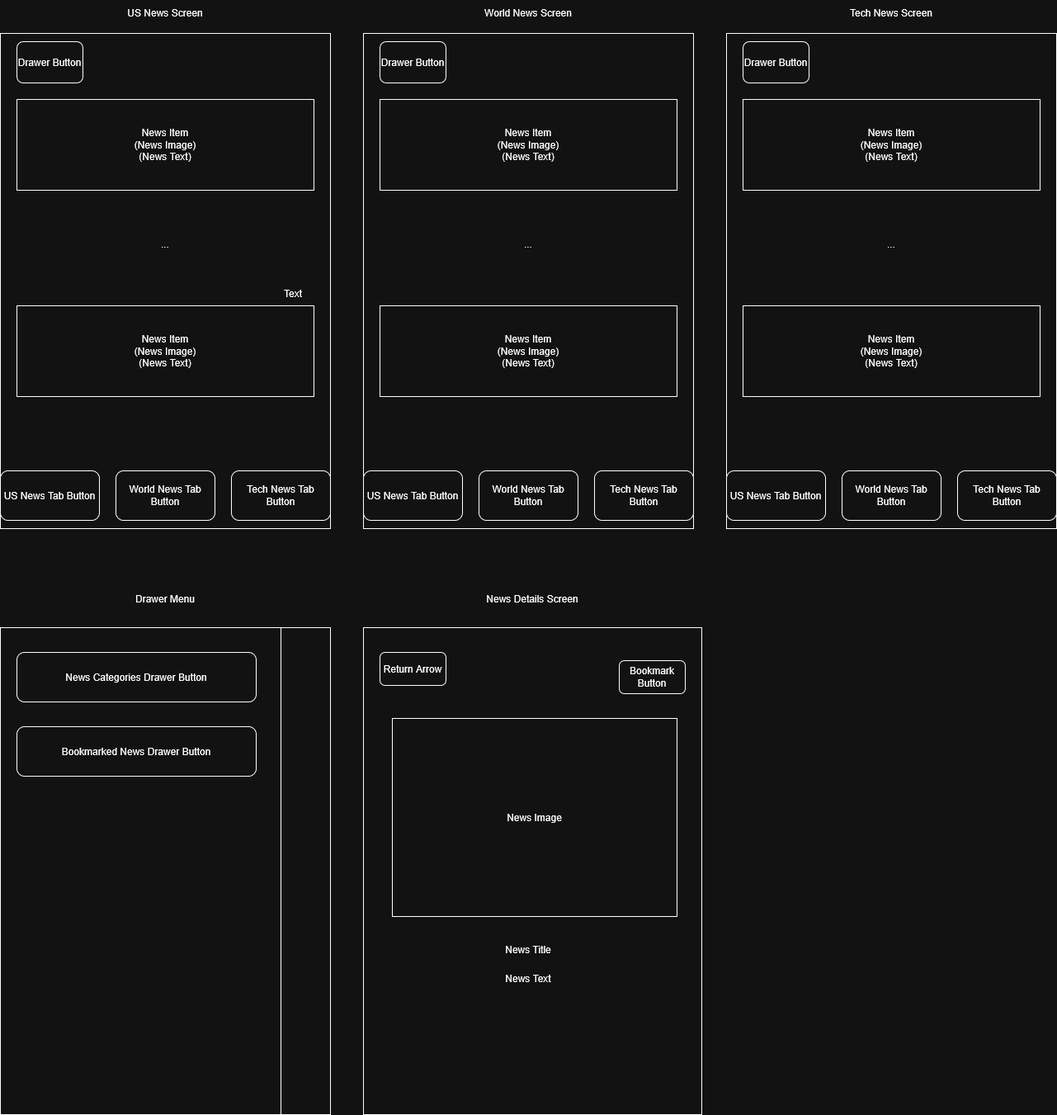
This is Week10/News-App/docs/News-App-Mockup.png from tsrushing-alt/CSCI-343, a draw.io export, as it was before one commit. Source tidied: cells renumbered, new cells last; positions are measured from the earlier drawing's top-left corner, leaving out a move shared by most shapes. Source of this version:
```xml
<mxGraphModel>
  <root>
    <mxCell id="0" />
    <mxCell id="1" parent="0" />
    <mxCell id="2" style="rounded=0;whiteSpace=wrap;html=1;" parent="1" vertex="1">
      <mxGeometry y="40" width="400" height="600" as="geometry" />
    </mxCell>
    <mxCell id="3" value="US News Screen" style="text;html=1;whiteSpace=wrap;strokeColor=none;fillColor=none;align=center;verticalAlign=middle;rounded=0;" parent="1" vertex="1">
      <mxGeometry x="140" width="120" height="30" as="geometry" />
    </mxCell>
    <mxCell id="4" value="US News Tab Button" style="rounded=1;whiteSpace=wrap;html=1;" parent="1" vertex="1">
      <mxGeometry y="570" width="120" height="60" as="geometry" />
    </mxCell>
    <mxCell id="5" value="&lt;div&gt;News Item&lt;/div&gt;&lt;div&gt;(News Image)&lt;br&gt;(News Text)&lt;/div&gt;" style="rounded=0;whiteSpace=wrap;html=1;" parent="1" vertex="1">
      <mxGeometry x="20" y="120" width="360" height="110" as="geometry" />
    </mxCell>
    <mxCell id="6" value="..." style="text;html=1;whiteSpace=wrap;strokeColor=none;fillColor=none;align=center;verticalAlign=middle;rounded=0;" parent="1" vertex="1">
      <mxGeometry x="170" y="280" width="60" height="30" as="geometry" />
    </mxCell>
    <mxCell id="7" value="&lt;div&gt;News Item&lt;/div&gt;&lt;div&gt;(News Image)&lt;br&gt;(News Text)&lt;/div&gt;" style="rounded=0;whiteSpace=wrap;html=1;" parent="1" vertex="1">
      <mxGeometry x="20" y="370" width="360" height="110" as="geometry" />
    </mxCell>
    <mxCell id="8" value="World News Tab Button" style="rounded=1;whiteSpace=wrap;html=1;" parent="1" vertex="1">
      <mxGeometry x="140" y="570" width="120" height="60" as="geometry" />
    </mxCell>
    <mxCell id="9" value="Tech News Tab Button" style="rounded=1;whiteSpace=wrap;html=1;" parent="1" vertex="1">
      <mxGeometry x="280" y="570" width="120" height="60" as="geometry" />
    </mxCell>
    <mxCell id="10" value="Text" style="text;html=1;whiteSpace=wrap;strokeColor=none;fillColor=none;align=center;verticalAlign=middle;rounded=0;" parent="1" vertex="1">
      <mxGeometry x="280" y="340" width="150" height="30" as="geometry" />
    </mxCell>
    <mxCell id="11" value="Drawer Button" style="rounded=1;whiteSpace=wrap;html=1;" parent="1" vertex="1">
      <mxGeometry x="20" y="50" width="80" height="50" as="geometry" />
    </mxCell>
    <mxCell id="12" style="rounded=0;whiteSpace=wrap;html=1;" parent="1" vertex="1">
      <mxGeometry x="440" y="40" width="400" height="600" as="geometry" />
    </mxCell>
    <mxCell id="13" value="World News Screen" style="text;html=1;whiteSpace=wrap;strokeColor=none;fillColor=none;align=center;verticalAlign=middle;rounded=0;" parent="1" vertex="1">
      <mxGeometry x="580" width="120" height="30" as="geometry" />
    </mxCell>
    <mxCell id="14" value="US News Tab Button" style="rounded=1;whiteSpace=wrap;html=1;" parent="1" vertex="1">
      <mxGeometry x="440" y="570" width="120" height="60" as="geometry" />
    </mxCell>
    <mxCell id="15" value="&lt;div&gt;News Item&lt;/div&gt;&lt;div&gt;(News Image)&lt;br&gt;(News Text)&lt;/div&gt;" style="rounded=0;whiteSpace=wrap;html=1;" parent="1" vertex="1">
      <mxGeometry x="460" y="120" width="360" height="110" as="geometry" />
    </mxCell>
    <mxCell id="16" value="..." style="text;html=1;whiteSpace=wrap;strokeColor=none;fillColor=none;align=center;verticalAlign=middle;rounded=0;" parent="1" vertex="1">
      <mxGeometry x="610" y="280" width="60" height="30" as="geometry" />
    </mxCell>
    <mxCell id="17" value="&lt;div&gt;News Item&lt;/div&gt;&lt;div&gt;(News Image)&lt;br&gt;(News Text)&lt;/div&gt;" style="rounded=0;whiteSpace=wrap;html=1;" parent="1" vertex="1">
      <mxGeometry x="460" y="370" width="360" height="110" as="geometry" />
    </mxCell>
    <mxCell id="18" value="World News Tab Button" style="rounded=1;whiteSpace=wrap;html=1;" parent="1" vertex="1">
      <mxGeometry x="580" y="570" width="120" height="60" as="geometry" />
    </mxCell>
    <mxCell id="19" value="Tech News Tab Button" style="rounded=1;whiteSpace=wrap;html=1;" parent="1" vertex="1">
      <mxGeometry x="720" y="570" width="120" height="60" as="geometry" />
    </mxCell>
    <mxCell id="20" value="Drawer Button" style="rounded=1;whiteSpace=wrap;html=1;" parent="1" vertex="1">
      <mxGeometry x="460" y="50" width="80" height="50" as="geometry" />
    </mxCell>
    <mxCell id="21" style="rounded=0;whiteSpace=wrap;html=1;" parent="1" vertex="1">
      <mxGeometry x="880" y="40" width="400" height="600" as="geometry" />
    </mxCell>
    <mxCell id="22" value="Tech News Screen" style="text;html=1;whiteSpace=wrap;strokeColor=none;fillColor=none;align=center;verticalAlign=middle;rounded=0;" parent="1" vertex="1">
      <mxGeometry x="1020" width="120" height="30" as="geometry" />
    </mxCell>
    <mxCell id="23" value="US News Tab Button" style="rounded=1;whiteSpace=wrap;html=1;" parent="1" vertex="1">
      <mxGeometry x="880" y="570" width="120" height="60" as="geometry" />
    </mxCell>
    <mxCell id="24" value="&lt;div&gt;News Item&lt;/div&gt;&lt;div&gt;(News Image)&lt;br&gt;(News Text)&lt;/div&gt;" style="rounded=0;whiteSpace=wrap;html=1;" parent="1" vertex="1">
      <mxGeometry x="900" y="120" width="360" height="110" as="geometry" />
    </mxCell>
    <mxCell id="25" value="..." style="text;html=1;whiteSpace=wrap;strokeColor=none;fillColor=none;align=center;verticalAlign=middle;rounded=0;" parent="1" vertex="1">
      <mxGeometry x="1050" y="280" width="60" height="30" as="geometry" />
    </mxCell>
    <mxCell id="26" value="&lt;div&gt;News Item&lt;/div&gt;&lt;div&gt;(News Image)&lt;br&gt;(News Text)&lt;/div&gt;" style="rounded=0;whiteSpace=wrap;html=1;" parent="1" vertex="1">
      <mxGeometry x="900" y="370" width="360" height="110" as="geometry" />
    </mxCell>
    <mxCell id="27" value="World News Tab Button" style="rounded=1;whiteSpace=wrap;html=1;" parent="1" vertex="1">
      <mxGeometry x="1020" y="570" width="120" height="60" as="geometry" />
    </mxCell>
    <mxCell id="28" value="Tech News Tab Button" style="rounded=1;whiteSpace=wrap;html=1;" parent="1" vertex="1">
      <mxGeometry x="1160" y="570" width="120" height="60" as="geometry" />
    </mxCell>
    <mxCell id="29" value="Drawer Button" style="rounded=1;whiteSpace=wrap;html=1;" parent="1" vertex="1">
      <mxGeometry x="900" y="50" width="80" height="50" as="geometry" />
    </mxCell>
    <mxCell id="30" style="rounded=0;whiteSpace=wrap;html=1;" parent="1" vertex="1">
      <mxGeometry y="760" width="400" height="590" as="geometry" />
    </mxCell>
    <mxCell id="31" value="Drawer Menu" style="text;html=1;whiteSpace=wrap;strokeColor=none;fillColor=none;align=center;verticalAlign=middle;rounded=0;" parent="1" vertex="1">
      <mxGeometry x="105" y="710" width="190" height="30" as="geometry" />
    </mxCell>
    <mxCell id="32" style="rounded=0;whiteSpace=wrap;html=1;" parent="1" vertex="1">
      <mxGeometry y="760" width="340" height="590" as="geometry" />
    </mxCell>
    <mxCell id="33" value="News Categories Drawer Button" style="rounded=1;whiteSpace=wrap;html=1;" parent="1" vertex="1">
      <mxGeometry x="20" y="790" width="290" height="60" as="geometry" />
    </mxCell>
    <mxCell id="34" value="Bookmarked News Drawer Button" style="rounded=1;whiteSpace=wrap;html=1;" parent="1" vertex="1">
      <mxGeometry x="20" y="880" width="290" height="60" as="geometry" />
    </mxCell>
    <mxCell id="35" style="rounded=0;whiteSpace=wrap;html=1;" parent="1" vertex="1">
      <mxGeometry x="440" y="760" width="410" height="590" as="geometry" />
    </mxCell>
    <mxCell id="36" value="News Details Screen" style="text;html=1;whiteSpace=wrap;strokeColor=none;fillColor=none;align=center;verticalAlign=middle;rounded=0;" parent="1" vertex="1">
      <mxGeometry x="555" y="710" width="180" height="30" as="geometry" />
    </mxCell>
    <mxCell id="37" value="Return Arrow" style="rounded=1;whiteSpace=wrap;html=1;" parent="1" vertex="1">
      <mxGeometry x="460" y="790" width="80" height="40" as="geometry" />
    </mxCell>
    <mxCell id="38" value="Bookmark Button" style="rounded=1;whiteSpace=wrap;html=1;" parent="1" vertex="1">
      <mxGeometry x="750" y="800" width="80" height="40" as="geometry" />
    </mxCell>
    <mxCell id="39" value="News Image" style="rounded=0;whiteSpace=wrap;html=1;" parent="1" vertex="1">
      <mxGeometry x="475" y="870" width="345" height="240" as="geometry" />
    </mxCell>
    <mxCell id="40" value="News Title" style="text;html=1;whiteSpace=wrap;strokeColor=none;fillColor=none;align=center;verticalAlign=middle;rounded=0;" parent="1" vertex="1">
      <mxGeometry x="550" y="1130" width="180" height="40" as="geometry" />
    </mxCell>
    <mxCell id="41" value="News Text" style="text;html=1;whiteSpace=wrap;strokeColor=none;fillColor=none;align=center;verticalAlign=middle;rounded=0;" parent="1" vertex="1">
      <mxGeometry x="575" y="1170" width="130" height="30" as="geometry" />
    </mxCell>
  </root>
</mxGraphModel>
```
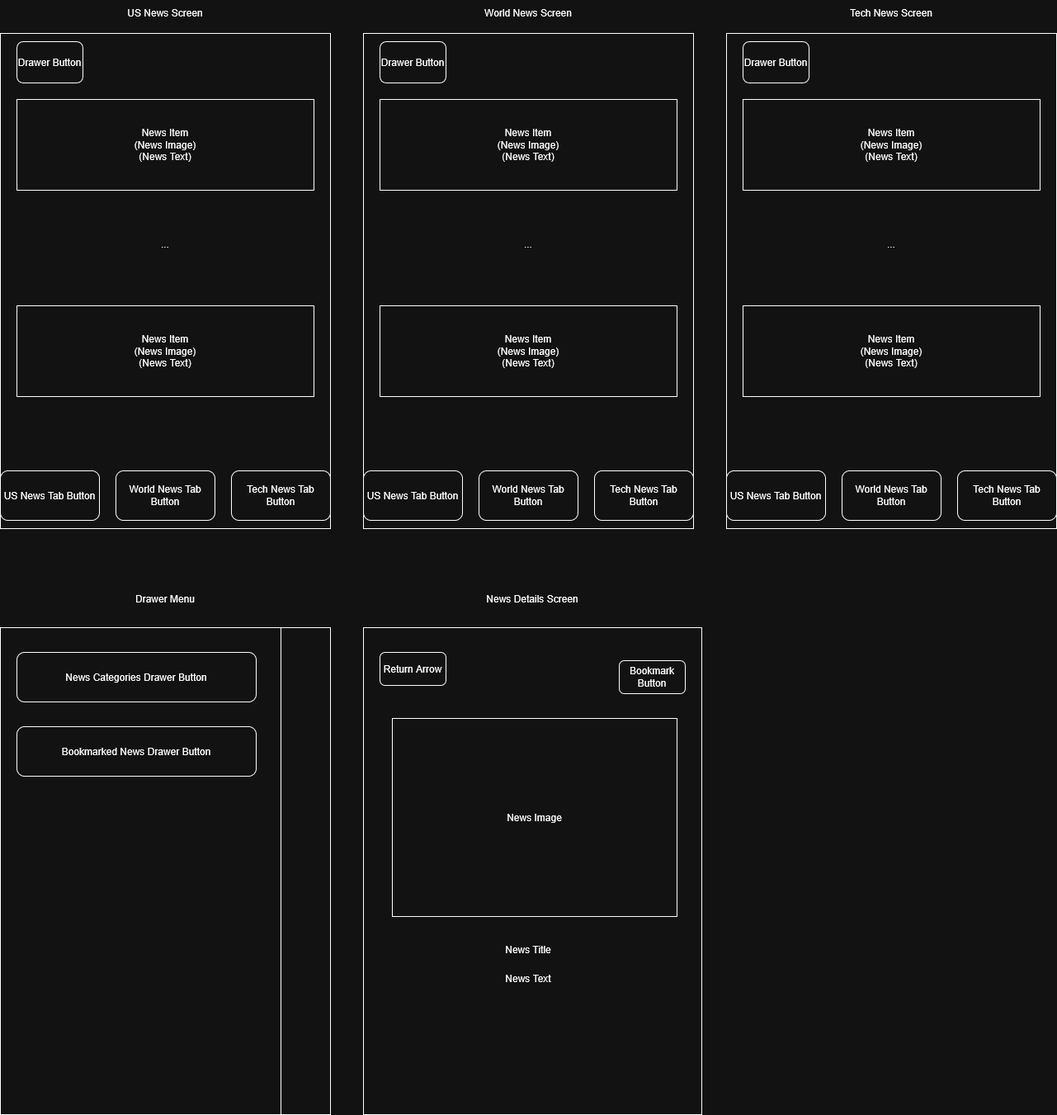
Above is the later version.

The edit, as a diff of the source:
```diff
@@ -26,9 +26,6 @@
     <mxCell id="9" value="Tech News Tab Button" style="rounded=1;whiteSpace=wrap;html=1;" parent="1" vertex="1">
       <mxGeometry x="280" y="570" width="120" height="60" as="geometry" />
     </mxCell>
-    <mxCell id="10" value="Text" style="text;html=1;whiteSpace=wrap;strokeColor=none;fillColor=none;align=center;verticalAlign=middle;rounded=0;" parent="1" vertex="1">
-      <mxGeometry x="280" y="340" width="150" height="30" as="geometry" />
-    </mxCell>
     <mxCell id="11" value="Drawer Button" style="rounded=1;whiteSpace=wrap;html=1;" parent="1" vertex="1">
       <mxGeometry x="20" y="50" width="80" height="50" as="geometry" />
     </mxCell>
```
